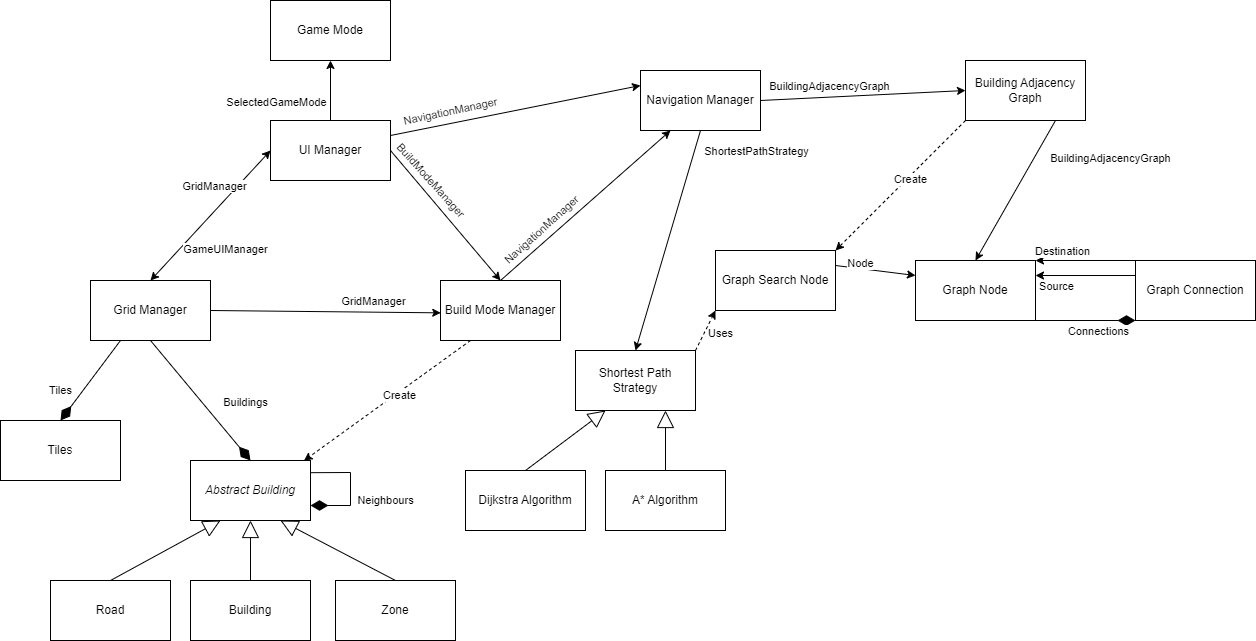
Before: docs/Architecture.drawio.png, a diagram exported from draw.io (Henya14/CityBuilder). Source tidied: cells renumbered, new cells last; positions are measured from the earlier drawing's top-left corner, leaving out a move shared by most shapes.
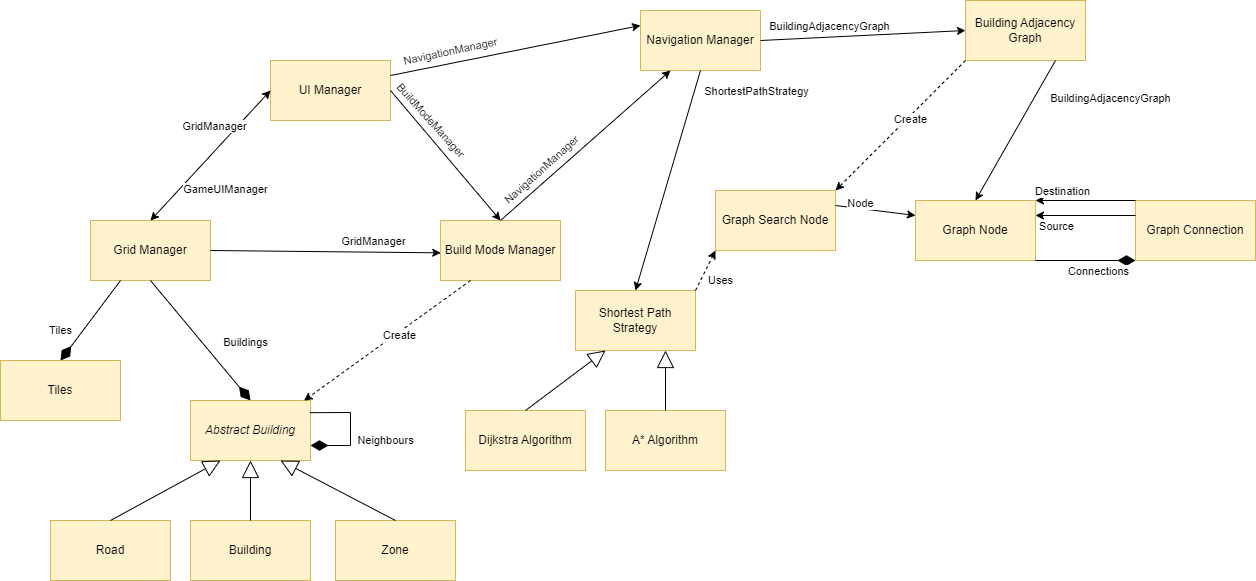
After the change.

Change to the diagram source:
```diff
@@ -2,19 +2,16 @@
   <root>
     <mxCell id="0" />
     <mxCell id="1" parent="0" />
-    <mxCell id="2" value="Grid Manager" style="rounded=0;whiteSpace=wrap;html=1;" parent="1" vertex="1">
+    <mxCell id="2" value="Grid Manager" style="rounded=0;whiteSpace=wrap;html=1;fillColor=#fff2cc;strokeColor=#d6b656;" parent="1" vertex="1">
       <mxGeometry x="90" y="280" width="120" height="60" as="geometry" />
     </mxCell>
-    <mxCell id="3" value="UI Manager" style="rounded=0;whiteSpace=wrap;html=1;" parent="1" vertex="1">
+    <mxCell id="3" value="UI Manager" style="rounded=0;whiteSpace=wrap;html=1;fillColor=#fff2cc;strokeColor=#d6b656;" parent="1" vertex="1">
       <mxGeometry x="270" y="120" width="120" height="60" as="geometry" />
     </mxCell>
-    <mxCell id="4" value="Build Mode Manager" style="rounded=0;whiteSpace=wrap;html=1;" parent="1" vertex="1">
+    <mxCell id="4" value="Build Mode Manager" style="rounded=0;whiteSpace=wrap;html=1;fillColor=#fff2cc;strokeColor=#d6b656;" parent="1" vertex="1">
       <mxGeometry x="440" y="280" width="120" height="60" as="geometry" />
     </mxCell>
-    <mxCell id="5" value="Game Mode" style="rounded=0;whiteSpace=wrap;html=1;" parent="1" vertex="1">
-      <mxGeometry x="270" width="120" height="60" as="geometry" />
-    </mxCell>
-    <mxCell id="6" value="Tiles" style="rounded=0;whiteSpace=wrap;html=1;" parent="1" vertex="1">
+    <mxCell id="6" value="Tiles" style="rounded=0;whiteSpace=wrap;html=1;fillColor=#fff2cc;strokeColor=#d6b656;" parent="1" vertex="1">
       <mxGeometry y="420" width="120" height="60" as="geometry" />
     </mxCell>
     <mxCell id="7" style="endArrow=diamondThin;html=1;rounded=0;exitX=0.25;exitY=1;exitDx=0;exitDy=0;entryX=0.5;entryY=0;entryDx=0;entryDy=0;endFill=1;endSize=15;" parent="1" edge="1" source="2" target="6">
@@ -25,16 +22,16 @@
         <mxPoint x="-36" y="22" as="offset" />
       </mxGeometry>
     </mxCell>
-    <mxCell id="9" value="&lt;i&gt;Abstract Building&lt;/i&gt;" style="rounded=0;whiteSpace=wrap;html=1;" parent="1" vertex="1">
+    <mxCell id="9" value="&lt;i&gt;Abstract Building&lt;/i&gt;" style="rounded=0;whiteSpace=wrap;html=1;fillColor=#fff2cc;strokeColor=#d6b656;" parent="1" vertex="1">
       <mxGeometry x="190" y="460" width="120" height="60" as="geometry" />
     </mxCell>
-    <mxCell id="10" value="Road" style="rounded=0;whiteSpace=wrap;html=1;" parent="1" vertex="1">
+    <mxCell id="10" value="Road" style="rounded=0;whiteSpace=wrap;html=1;fillColor=#fff2cc;strokeColor=#d6b656;" parent="1" vertex="1">
       <mxGeometry x="50" y="580" width="120" height="60" as="geometry" />
     </mxCell>
-    <mxCell id="11" value="Building" style="rounded=0;whiteSpace=wrap;html=1;" parent="1" vertex="1">
+    <mxCell id="11" value="Building" style="rounded=0;whiteSpace=wrap;html=1;fillColor=#fff2cc;strokeColor=#d6b656;" parent="1" vertex="1">
       <mxGeometry x="190" y="580" width="120" height="60" as="geometry" />
     </mxCell>
-    <mxCell id="12" value="Zone" style="rounded=0;whiteSpace=wrap;html=1;" parent="1" vertex="1">
+    <mxCell id="12" value="Zone" style="rounded=0;whiteSpace=wrap;html=1;fillColor=#fff2cc;strokeColor=#d6b656;" parent="1" vertex="1">
       <mxGeometry x="335" y="580" width="120" height="60" as="geometry" />
     </mxCell>
     <mxCell id="13" style="endArrow=none;html=1;rounded=0;exitX=0.25;exitY=1;exitDx=0;exitDy=0;entryX=0.5;entryY=0;entryDx=0;entryDy=0;endFill=0;startArrow=block;startFill=0;endSize=15;startSize=15;" parent="1" edge="1" source="9" target="10">
@@ -57,10 +54,10 @@
         <mxPoint x="49" y="10" as="offset" />
       </mxGeometry>
     </mxCell>
-    <mxCell id="19" value="Navigation Manager" style="rounded=0;whiteSpace=wrap;html=1;" parent="1" vertex="1">
+    <mxCell id="19" value="Navigation Manager" style="rounded=0;whiteSpace=wrap;html=1;fillColor=#fff2cc;strokeColor=#d6b656;" parent="1" vertex="1">
       <mxGeometry x="640" y="70" width="120" height="60" as="geometry" />
     </mxCell>
-    <mxCell id="20" value="Shortest Path Strategy" style="rounded=0;whiteSpace=wrap;html=1;" parent="1" vertex="1">
+    <mxCell id="20" value="Shortest Path Strategy" style="rounded=0;whiteSpace=wrap;html=1;fillColor=#fff2cc;strokeColor=#d6b656;" parent="1" vertex="1">
       <mxGeometry x="575" y="350" width="120" height="60" as="geometry" />
     </mxCell>
     <mxCell id="21" style="endArrow=classic;html=1;rounded=0;exitX=0.25;exitY=1;exitDx=0;exitDy=0;entryX=0.946;entryY=0.002;entryDx=0;entryDy=0;entryPerimeter=0;dashed=1;" parent="1" edge="1" source="4" target="9">
@@ -132,17 +129,6 @@
         <mxPoint x="-35" y="13" as="offset" />
       </mxGeometry>
     </mxCell>
-    <mxCell id="40" style="endArrow=classic;html=1;rounded=0;exitX=0.5;exitY=0;exitDx=0;exitDy=0;entryX=0.5;entryY=1;entryDx=0;entryDy=0;" parent="1" edge="1" source="3" target="5">
-      <mxGeometry relative="1" as="geometry" />
-    </mxCell>
-    <mxCell id="41" value="&lt;span style=&quot;color: rgba(0, 0, 0, 0); font-family: monospace; font-size: 0px; text-align: start; background-color: rgb(251, 251, 251);&quot;&gt;%3CmxGraphModel%3E%3Croot%3E%3CmxCell%20id%3D%220%22%2F%3E%3CmxCell%20id%3D%221%22%20parent%3D%220%22%2F%3E%3CmxCell%20id%3D%222%22%20value%3D%22Stores%22%20style%3D%22edgeLabel%3Bhtml%3D1%3Balign%3Dcenter%3BverticalAlign%3Dmiddle%3Bresizable%3D0%3Bpoints%3D%5B%5D%3B%22%20vertex%3D%221%22%20connectable%3D%220%22%20parent%3D%221%22%3E%3CmxGeometry%20x%3D%2241.54648858596329%22%20y%3D%22283.6299650990096%22%20as%3D%22geometry%22%2F%3E%3C%2FmxCell%3E%3C%2Froot%3E%3C%2FmxGraphModel%3E&lt;/span&gt;&lt;span style=&quot;color: rgba(0, 0, 0, 0); font-family: monospace; font-size: 0px; text-align: start; background-color: rgb(251, 251, 251);&quot;&gt;%3CmxGraphModel%3E%3Croot%3E%3CmxCell%20id%3D%220%22%2F%3E%3CmxCell%20id%3D%221%22%20parent%3D%220%22%2F%3E%3CmxCell%20id%3D%222%22%20value%3D%22Stores%22%20style%3D%22edgeLabel%3Bhtml%3D1%3Balign%3Dcenter%3BverticalAlign%3Dmiddle%3Bresizable%3D0%3Bpoints%3D%5B%5D%3B%22%20vertex%3D%221%22%20connectable%3D%220%22%20parent%3D%221%22%3E%3CmxGeometry%20x%3D%2241.54648858596329%22%20y%3D%22283.6299650990096%22%20as%3D%22geometry%22%2F%3E%3C%2FmxCell%3E%3C%2Froot%3E%3C%2FmxGraphModel%3ES&lt;/span&gt;" style="edgeLabel;html=1;align=center;verticalAlign=middle;" parent="40" vertex="1">
-      <mxGeometry x="-0.12" y="2" relative="1" as="geometry" />
-    </mxCell>
-    <mxCell id="42" value="SelectedGameMode" style="edgeLabel;html=1;align=center;verticalAlign=middle;" parent="40" vertex="1">
-      <mxGeometry x="-0.12" y="2" relative="1" as="geometry">
-        <mxPoint x="-53" y="7" as="offset" />
-      </mxGeometry>
-    </mxCell>
     <mxCell id="43" style="endArrow=diamondThin;html=1;rounded=0;exitX=0.997;exitY=0.203;exitDx=0;exitDy=0;entryX=1;entryY=0.75;entryDx=0;entryDy=0;exitPerimeter=0;endFill=1;endSize=15;" parent="1" edge="1" source="9" target="9">
       <mxGeometry relative="1" as="geometry">
         <Array as="points">
@@ -170,25 +156,25 @@
         <mxPoint x="85" y="-74" as="offset" />
       </mxGeometry>
     </mxCell>
-    <mxCell id="49" value="Dijkstra Algorithm" style="rounded=0;whiteSpace=wrap;html=1;" parent="1" vertex="1">
+    <mxCell id="49" value="Dijkstra Algorithm" style="rounded=0;whiteSpace=wrap;html=1;fillColor=#fff2cc;strokeColor=#d6b656;" parent="1" vertex="1">
       <mxGeometry x="465" y="470" width="120" height="60" as="geometry" />
     </mxCell>
     <mxCell id="50" style="endArrow=none;html=1;rounded=0;exitX=0.25;exitY=1;exitDx=0;exitDy=0;entryX=0.5;entryY=0;entryDx=0;entryDy=0;startArrow=block;startFill=0;endFill=0;endSize=15;startSize=15;" parent="1" edge="1" source="20" target="49">
       <mxGeometry relative="1" as="geometry" />
     </mxCell>
-    <mxCell id="51" value="A* Algorithm" style="rounded=0;whiteSpace=wrap;html=1;" parent="1" vertex="1">
+    <mxCell id="51" value="A* Algorithm" style="rounded=0;whiteSpace=wrap;html=1;fillColor=#fff2cc;strokeColor=#d6b656;" parent="1" vertex="1">
       <mxGeometry x="605" y="470" width="120" height="60" as="geometry" />
     </mxCell>
     <mxCell id="52" style="endArrow=none;html=1;rounded=0;exitX=0.75;exitY=1;exitDx=0;exitDy=0;entryX=0.5;entryY=0;entryDx=0;entryDy=0;startArrow=block;startFill=0;endFill=0;endSize=15;startSize=15;" parent="1" edge="1" source="20" target="51">
       <mxGeometry relative="1" as="geometry" />
     </mxCell>
-    <mxCell id="53" value="Building Adjacency Graph" style="rounded=0;whiteSpace=wrap;html=1;" parent="1" vertex="1">
+    <mxCell id="53" value="Building Adjacency Graph" style="rounded=0;whiteSpace=wrap;html=1;fillColor=#fff2cc;strokeColor=#d6b656;" parent="1" vertex="1">
       <mxGeometry x="965" y="60" width="120" height="60" as="geometry" />
     </mxCell>
-    <mxCell id="54" value="Graph&amp;nbsp;&lt;span style=&quot;background-color: initial;&quot;&gt;Node&lt;/span&gt;" style="rounded=0;whiteSpace=wrap;html=1;" parent="1" vertex="1">
+    <mxCell id="54" value="Graph&amp;nbsp;&lt;span style=&quot;background-color: initial;&quot;&gt;Node&lt;/span&gt;" style="rounded=0;whiteSpace=wrap;html=1;fillColor=#fff2cc;strokeColor=#d6b656;" parent="1" vertex="1">
       <mxGeometry x="915" y="260" width="120" height="60" as="geometry" />
     </mxCell>
-    <mxCell id="55" value="Graph Search Node" style="rounded=0;whiteSpace=wrap;html=1;" parent="1" vertex="1">
+    <mxCell id="55" value="Graph Search Node" style="rounded=0;whiteSpace=wrap;html=1;fillColor=#fff2cc;strokeColor=#d6b656;" parent="1" vertex="1">
       <mxGeometry x="715" y="250" width="120" height="60" as="geometry" />
     </mxCell>
     <mxCell id="56" style="endArrow=classic;html=1;rounded=0;exitX=1;exitY=0.5;exitDx=0;exitDy=0;entryX=0;entryY=0.5;entryDx=0;entryDy=0;" parent="1" edge="1" source="19" target="53">
@@ -213,7 +199,7 @@
         <mxPoint x="90" y="-21" as="offset" />
       </mxGeometry>
     </mxCell>
-    <mxCell id="62" value="Graph&amp;nbsp;&lt;span style=&quot;background-color: initial;&quot;&gt;Connection&lt;/span&gt;" style="rounded=0;whiteSpace=wrap;html=1;" parent="1" vertex="1">
+    <mxCell id="62" value="Graph&amp;nbsp;&lt;span style=&quot;background-color: initial;&quot;&gt;Connection&lt;/span&gt;" style="rounded=0;whiteSpace=wrap;html=1;fillColor=#fff2cc;strokeColor=#d6b656;" parent="1" vertex="1">
       <mxGeometry x="1135" y="260" width="120" height="60" as="geometry" />
     </mxCell>
     <mxCell id="63" style="endArrow=diamondThin;html=1;rounded=0;entryX=0;entryY=1;entryDx=0;entryDy=0;endFill=1;startSize=23;endSize=15;exitX=1;exitY=1;exitDx=0;exitDy=0;" parent="1" edge="1" source="54" target="62">
@@ -268,7 +254,7 @@
     </mxCell>
     <mxCell id="77" value="Uses" style="edgeLabel;html=1;align=center;verticalAlign=middle;" parent="75" vertex="1">
       <mxGeometry x="-0.21" relative="1" as="geometry">
-        <mxPoint x="16" y="-1" as="offset" />
+        <mxPoint x="16" y="6" as="offset" />
       </mxGeometry>
     </mxCell>
   </root>
```
